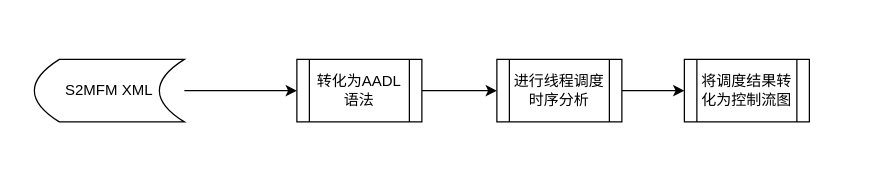
happinessandlove/Pic keeps this draw.io diagram as drawio/control flow.drawio. Above is the earlier version. Source tidied: cells renumbered, new cells numbered last; positions are measured from the earlier drawing's top-left corner, leaving out a move shared by most shapes. Both pictures are drawn from the tidied source at 125%, with x=0, y=0 at pixel (34, 59).
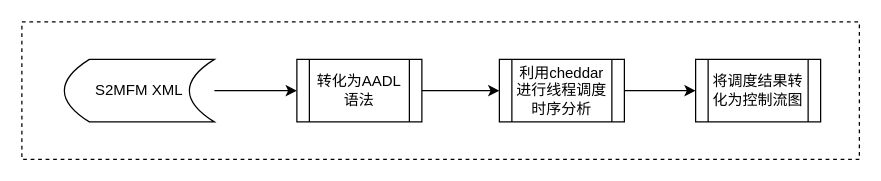
After the change.

Diff of the diagram source:
```diff
@@
 <mxGraphModel>
   <root>
     <mxCell id="0" />
     <mxCell id="1" parent="0" />
+    <mxCell id="9" style="rounded=0;whiteSpace=wrap;html=1;fillColor=none;dashed=1;" parent="1" vertex="1">
+      <mxGeometry x="-10" y="-30" width="670" height="110" as="geometry" />
+    </mxCell>
     <mxCell id="2" style="edgeStyle=orthogonalEdgeStyle;rounded=0;jettySize=auto;html=1;entryX=0;entryY=0.5;entryDx=0;entryDy=0;" parent="1" edge="1" source="3" target="7">
       <mxGeometry relative="1" as="geometry" />
     </mxCell>
     <mxCell id="3" value="转化为AADL语法" style="shape=process;whiteSpace=wrap;html=1;backgroundOutline=1;" parent="1" vertex="1">
       <mxGeometry x="210" width="100" height="50" as="geometry" />
     </mxCell>
     <mxCell id="4" style="edgeStyle=orthogonalEdgeStyle;rounded=0;jettySize=auto;html=1;entryX=0;entryY=0.5;entryDx=0;entryDy=0;" parent="1" edge="1" source="5" target="3">
       <mxGeometry relative="1" as="geometry" />
     </mxCell>
     <mxCell id="5" value="S2MFM XML" style="shape=dataStorage;whiteSpace=wrap;html=1;fixedSize=1;" parent="1" vertex="1">
-      <mxGeometry width="120" height="50" as="geometry" />
+      <mxGeometry x="24" width="120" height="50" as="geometry" />
     </mxCell>
     <mxCell id="6" style="edgeStyle=orthogonalEdgeStyle;rounded=0;jettySize=auto;html=1;entryX=0;entryY=0.5;entryDx=0;entryDy=0;" parent="1" edge="1" source="7" target="8">
       <mxGeometry relative="1" as="geometry" />
     </mxCell>
-    <mxCell id="7" value="进行线程调度时序分析" style="shape=process;whiteSpace=wrap;html=1;backgroundOutline=1;" parent="1" vertex="1">
-      <mxGeometry x="370" width="100" height="50" as="geometry" />
+    <mxCell id="7" value="利用cheddar进行线程调度时序分析" style="shape=process;whiteSpace=wrap;html=1;backgroundOutline=1;" parent="1" vertex="1">
+      <mxGeometry x="372" width="100" height="50" as="geometry" />
     </mxCell>
     <mxCell id="8" value="将调度结果转化为控制流图" style="shape=process;whiteSpace=wrap;html=1;backgroundOutline=1;" parent="1" vertex="1">
-      <mxGeometry x="520" width="100" height="50" as="geometry" />
+      <mxGeometry x="529" width="100" height="50" as="geometry" />
     </mxCell>
   </root>
 </mxGraphModel>
```
